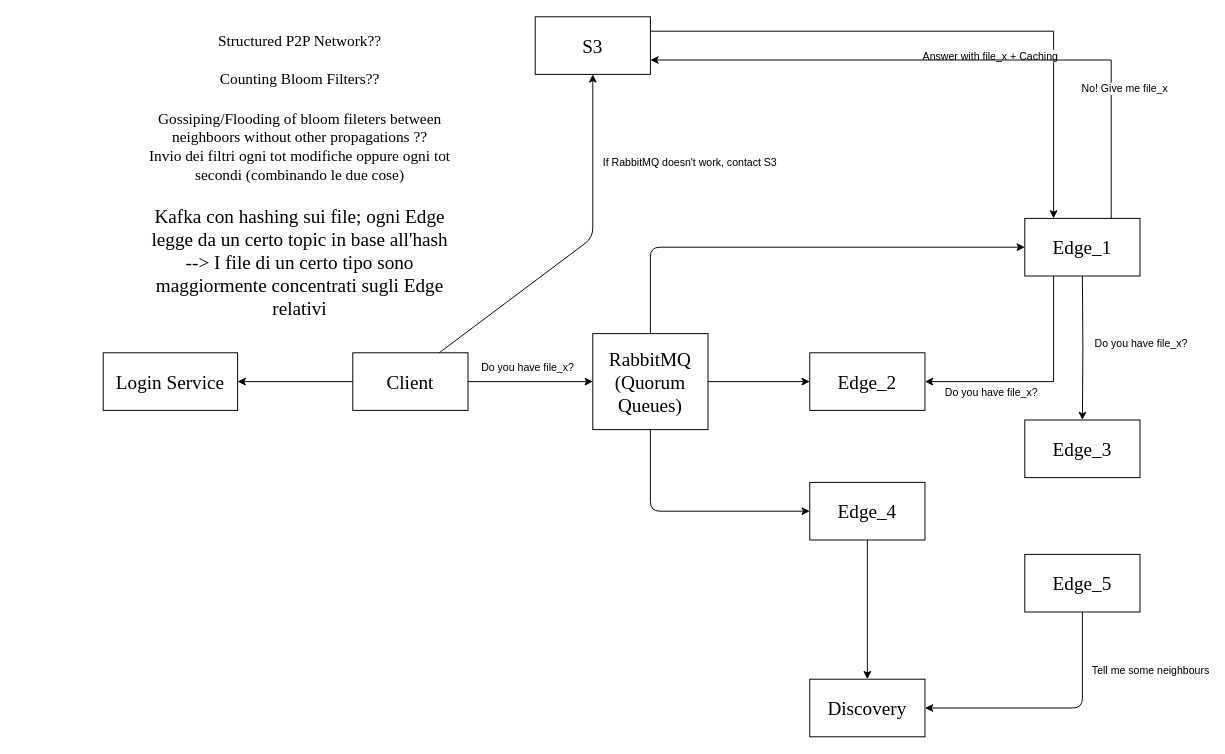
The draw.io diagram page "Get File" (1 of 3) of doc/Architecture.drawio in SimoneNicosanti/SDCC_Project, before the edit. Source tidied: cells renumbered, new cells numbered last; positions are measured from the earlier drawing's top-left corner, leaving out a move shared by most shapes. Both pictures are drawn from the tidied source at 96%, with x=0, y=0 at pixel (103, 16).
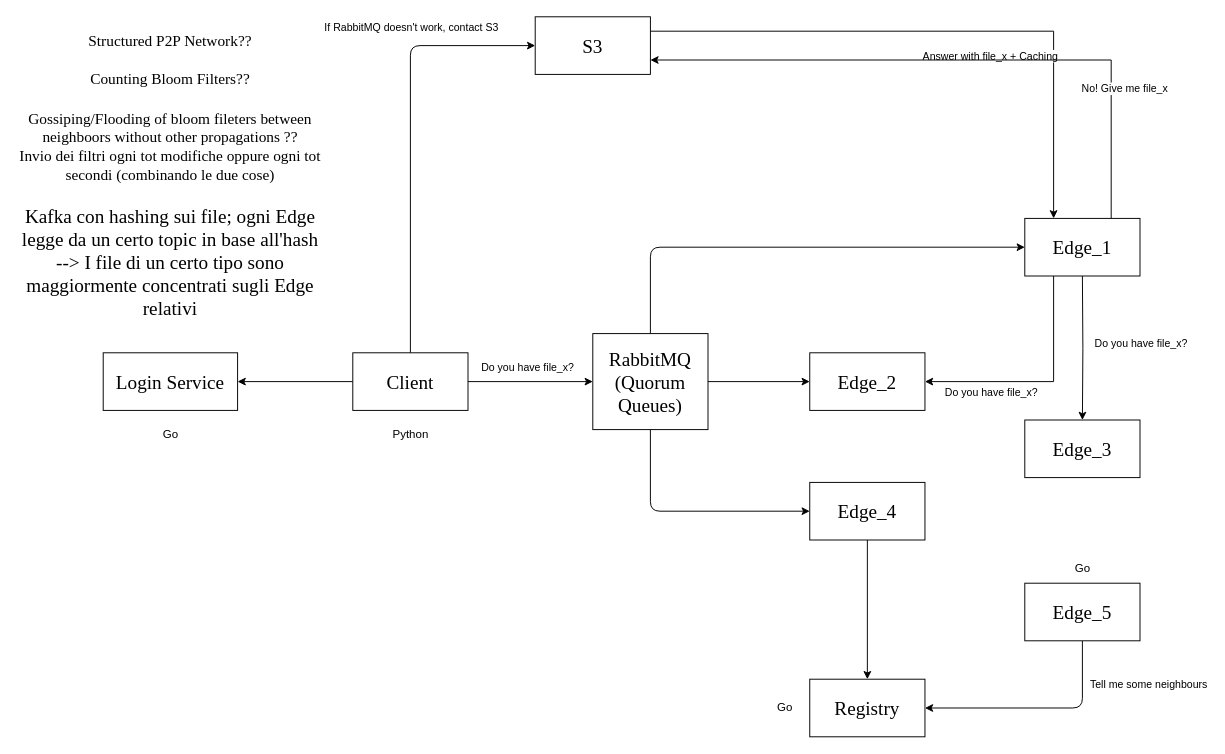
The same diagram, later.

The change refers to these unchanged cells:
```xml
<mxCell id="4" value="S3" style="rounded=0;whiteSpace=wrap;html=1;fontFamily=Times New Roman;fontSize=20;" parent="1" vertex="1">
  <mxGeometry x="450" width="120" height="60" as="geometry" />
</mxCell>
<mxCell id="25" value="Client" style="rounded=0;whiteSpace=wrap;html=1;fontFamily=Times New Roman;fontSize=20;" parent="1" vertex="1">
  <mxGeometry x="260" y="350" width="120" height="60" as="geometry" />
</mxCell>
```

The edit, as a diff of the source:
```diff
@@
     <mxCell id="15" value="Edge_5" style="rounded=0;whiteSpace=wrap;html=1;fontFamily=Times New Roman;fontSize=20;" parent="1" vertex="1">
-      <mxGeometry x="960" y="560" width="120" height="60" as="geometry" />
+      <mxGeometry x="960" y="590" width="120" height="60" as="geometry" />
     </mxCell>
-    <mxCell id="16" value="Discovery" style="rounded=0;whiteSpace=wrap;html=1;fontFamily=Times New Roman;fontSize=20;" parent="1" vertex="1">
+    <mxCell id="16" value="Registry" style="rounded=0;whiteSpace=wrap;html=1;fontFamily=Times New Roman;fontSize=20;" parent="1" vertex="1">
       <mxGeometry x="736" y="690" width="120" height="60" as="geometry" />
     </mxCell>
@@
-    <mxCell id="23" style="edgeStyle=none;html=1;exitX=0.75;exitY=0;exitDx=0;exitDy=0;entryX=0.5;entryY=1;entryDx=0;entryDy=0;" parent="1" edge="1" source="25" target="4">
+    <mxCell id="23" style="edgeStyle=none;html=1;exitX=0.5;exitY=0;exitDx=0;exitDy=0;entryX=0;entryY=0.5;entryDx=0;entryDy=0;" parent="1" edge="1" source="25" target="4">
       <mxGeometry relative="1" as="geometry">
         <Array as="points">
-          <mxPoint x="510" y="230" />
+          <mxPoint x="320" y="30" />
         </Array>
       </mxGeometry>
     </mxCell>
     <mxCell id="24" value="If RabbitMQ doesn't work, contact S3" style="edgeLabel;html=1;align=center;verticalAlign=middle;" parent="23" vertex="1">
       <mxGeometry x="0.38" y="-2" relative="1" as="geometry">
-        <mxPoint x="98" y="-24" as="offset" />
+        <mxPoint x="-2" y="-29" as="offset" />
       </mxGeometry>
     </mxCell>
@@
     <mxCell id="27" value="Counting Bloom Filters??" style="text;html=1;strokeColor=none;fillColor=none;align=center;verticalAlign=middle;whiteSpace=wrap;rounded=0;fontSize=16;fontFamily=Times New Roman;" parent="1" vertex="1">
-      <mxGeometry x="110" y="50" width="190" height="30" as="geometry" />
+      <mxGeometry x="-25" y="50" width="190" height="30" as="geometry" />
     </mxCell>
     <mxCell id="28" value="Structured P2P Network??" style="text;html=1;strokeColor=none;fillColor=none;align=center;verticalAlign=middle;whiteSpace=wrap;rounded=0;fontSize=16;fontFamily=Times New Roman;" parent="1" vertex="1">
-      <mxGeometry x="110" y="10" width="190" height="30" as="geometry" />
+      <mxGeometry x="-25" y="10" width="190" height="30" as="geometry" />
     </mxCell>
     <mxCell id="29" value="Gossiping/Flooding of bloom fileters between neighboors without other propagations ??&lt;br&gt;Invio dei filtri ogni tot modifiche oppure ogni tot secondi (combinando le due cose)" style="text;html=1;strokeColor=none;fillColor=none;align=center;verticalAlign=middle;whiteSpace=wrap;rounded=0;fontSize=16;fontFamily=Times New Roman;" parent="1" vertex="1">
-      <mxGeometry x="45" y="120" width="320" height="30" as="geometry" />
+      <mxGeometry x="-90" y="120" width="320" height="30" as="geometry" />
     </mxCell>
@@
     <mxCell id="34" value="Kafka con hashing sui file; ogni Edge legge da un certo topic in base all'hash --&amp;gt; I file di un certo tipo sono maggiormente concentrati sugli Edge relativi" style="text;html=1;strokeColor=none;fillColor=none;align=center;verticalAlign=middle;whiteSpace=wrap;rounded=0;fontFamily=Times New Roman;fontSize=20;" parent="1" vertex="1">
-      <mxGeometry x="45" y="240" width="320" height="30" as="geometry" />
+      <mxGeometry x="-90" y="240" width="320" height="30" as="geometry" />
     </mxCell>
+    <mxCell id="35" value="Go" style="text;html=1;align=center;verticalAlign=middle;strokeColor=none;fillColor=none;" parent="1" vertex="1">
+      <mxGeometry x="50" y="420" width="40" height="30" as="geometry" />
+    </mxCell>
+    <mxCell id="36" value="Python" style="text;html=1;align=center;verticalAlign=middle;strokeColor=none;fillColor=none;" parent="1" vertex="1">
+      <mxGeometry x="290" y="420" width="60" height="30" as="geometry" />
+    </mxCell>
+    <mxCell id="37" value="Go" style="text;html=1;align=center;verticalAlign=middle;strokeColor=none;fillColor=none;" parent="1" vertex="1">
+      <mxGeometry x="1000" y="560" width="40" height="30" as="geometry" />
+    </mxCell>
+    <mxCell id="38" value="Go" style="text;html=1;align=center;verticalAlign=middle;strokeColor=none;fillColor=none;" parent="1" vertex="1">
+      <mxGeometry x="690" y="705" width="40" height="30" as="geometry" />
+    </mxCell>
```
